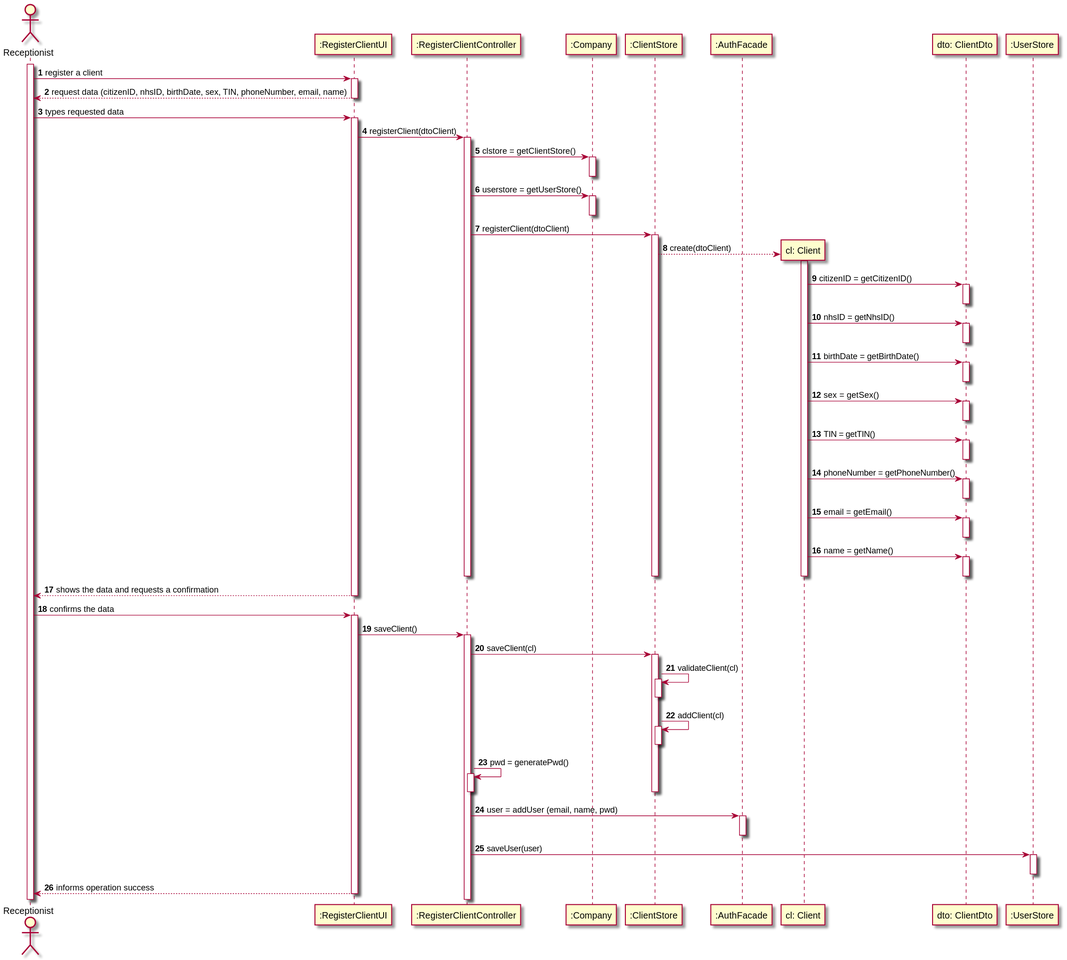
The PlantUML diagram docs/SprintB/US03/US03-SD.svg in 0franciscor/lei-21-s2-1de-g19, before a commit.
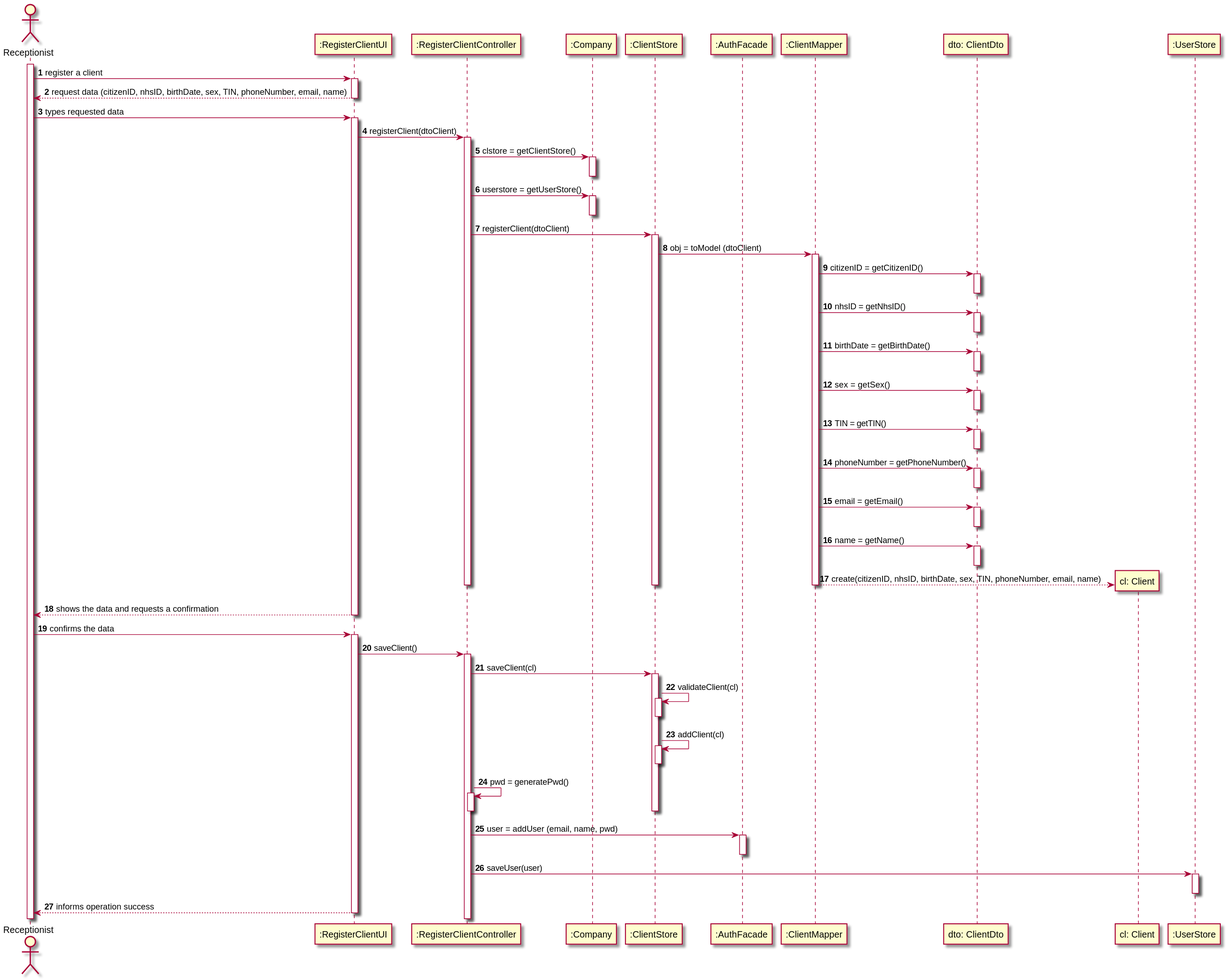
The same file after the commit.

Commit message:
Adição do Mapper no SD da US3

Change to the diagram source:
```diff
@@ -23,34 +23,35 @@
 ":RegisterClientController" -> ":ClientStore" : registerClient(dtoClient)
 deactivate ":AuthFacade"
 activate ":ClientStore"
-create "cl: Client"
-":ClientStore" --> "cl: Client": create(dtoClient)
-activate "cl: Client"
-"cl: Client" -> "dto: ClientDto" : citizenID = getCitizenID()
+":ClientStore" -> ":ClientMapper": obj = toModel (dtoClient)
+activate ":ClientMapper"
+":ClientMapper" -> "dto: ClientDto" : citizenID = getCitizenID()
 activate "dto: ClientDto"
 deactivate "dto: ClientDto"
-"cl: Client" -> "dto: ClientDto" : nhsID = getNhsID()
+":ClientMapper" -> "dto: ClientDto" : nhsID = getNhsID()
 activate "dto: ClientDto"
 deactivate "dto: ClientDto"
-"cl: Client" -> "dto: ClientDto" : birthDate = getBirthDate()
+":ClientMapper" -> "dto: ClientDto" : birthDate = getBirthDate()
 activate "dto: ClientDto"
 deactivate "dto: ClientDto"
-"cl: Client" -> "dto: ClientDto" : sex = getSex()
+":ClientMapper" -> "dto: ClientDto" : sex = getSex()
 activate "dto: ClientDto"
 deactivate "dto: ClientDto"
-"cl: Client" -> "dto: ClientDto" : TIN = getTIN()
+":ClientMapper" -> "dto: ClientDto" : TIN = getTIN()
 activate "dto: ClientDto"
 deactivate "dto: ClientDto"
-"cl: Client" -> "dto: ClientDto" : phoneNumber = getPhoneNumber()
+":ClientMapper" -> "dto: ClientDto" : phoneNumber = getPhoneNumber()
 activate "dto: ClientDto"
 deactivate "dto: ClientDto"
-"cl: Client" -> "dto: ClientDto" : email = getEmail()
+":ClientMapper" -> "dto: ClientDto" : email = getEmail()
 activate "dto: ClientDto"
 deactivate "dto: ClientDto"
-"cl: Client" -> "dto: ClientDto" : name = getName()
+":ClientMapper" -> "dto: ClientDto" : name = getName()
 activate "dto: ClientDto"
 deactivate "dto: ClientDto"
-deactivate "cl: Client"
+create "cl: Client"
+":ClientMapper" --> "cl: Client": create(citizenID, nhsID, birthDate, sex, TIN, phoneNumber, email, name)
+deactivate ":ClientMapper"
 deactivate ":ClientStore"
 deactivate ":RegisterClientController"
 ":RegisterClientUI" --> R: shows the data and requests a confirmation
```
